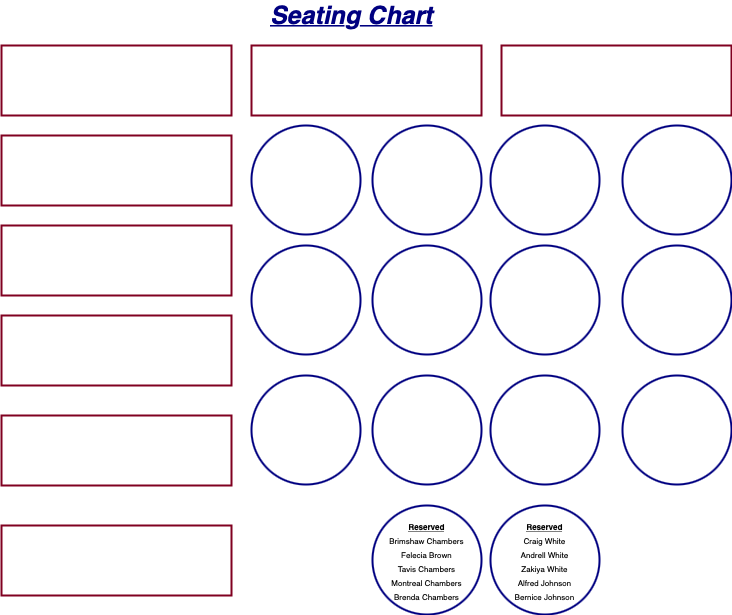
Earlier version of the draw.io export Seating Chart 2.drawio.png (Dmchambers491/Dmchambers491.github.io). Source tidied: cells renumbered, new cells last; positions are measured from the earlier drawing's top-left corner, leaving out a move shared by most shapes.
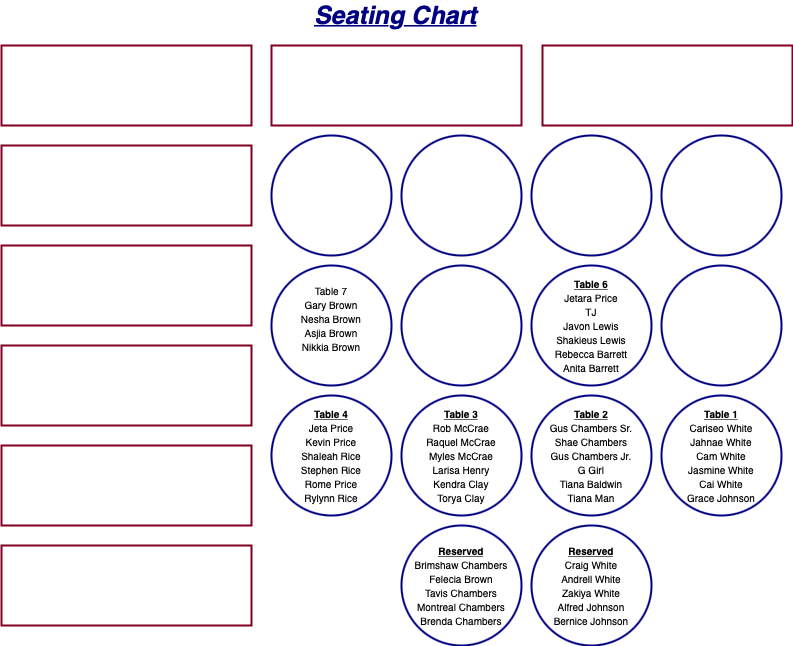
Later version of the same file.

Change to the diagram source:
```diff
@@ -3,73 +3,73 @@
     <mxCell id="0" />
     <mxCell id="1" parent="0" />
     <mxCell id="2" style="rounded=0;whiteSpace=wrap;html=1;strokeWidth=2;strokeColor=#800020;" parent="1" vertex="1">
-      <mxGeometry y="40" width="230" height="70" as="geometry" />
+      <mxGeometry x="-20" y="40" width="250" height="80" as="geometry" />
     </mxCell>
     <mxCell id="3" style="rounded=0;whiteSpace=wrap;html=1;strokeWidth=2;strokeColor=#800020;" parent="1" vertex="1">
-      <mxGeometry y="130" width="230" height="70" as="geometry" />
+      <mxGeometry x="-20" y="140" width="250" height="80" as="geometry" />
     </mxCell>
     <mxCell id="4" style="rounded=0;whiteSpace=wrap;html=1;strokeWidth=2;strokeColor=#800020;" parent="1" vertex="1">
-      <mxGeometry y="220" width="230" height="70" as="geometry" />
+      <mxGeometry x="-20" y="240" width="250" height="80" as="geometry" />
     </mxCell>
     <mxCell id="5" style="rounded=0;whiteSpace=wrap;html=1;strokeWidth=2;strokeColor=#800020;" parent="1" vertex="1">
-      <mxGeometry y="310" width="230" height="70" as="geometry" />
+      <mxGeometry x="-20" y="340" width="250" height="80" as="geometry" />
     </mxCell>
     <mxCell id="6" style="rounded=0;whiteSpace=wrap;html=1;strokeWidth=2;strokeColor=#800020;" parent="1" vertex="1">
-      <mxGeometry y="410" width="230" height="70" as="geometry" />
+      <mxGeometry x="-20" y="440" width="250" height="80" as="geometry" />
     </mxCell>
-    <mxCell id="7" style="rounded=0;whiteSpace=wrap;html=1;strokeWidth=2;strokeColor=#800020;" parent="1" vertex="1">
-      <mxGeometry y="520" width="230" height="70" as="geometry" />
+    <mxCell id="7" value="&lt;font&gt;&lt;font size=&quot;1&quot;&gt;&lt;br&gt;&lt;/font&gt;&lt;/font&gt;" style="rounded=0;whiteSpace=wrap;html=1;strokeWidth=2;strokeColor=#800020;" parent="1" vertex="1">
+      <mxGeometry x="-20" y="540" width="250" height="80" as="geometry" />
     </mxCell>
     <mxCell id="8" style="rounded=0;whiteSpace=wrap;html=1;strokeWidth=2;strokeColor=#800020;" parent="1" vertex="1">
-      <mxGeometry x="250" y="40" width="230" height="70" as="geometry" />
+      <mxGeometry x="250" y="40" width="250" height="80" as="geometry" />
     </mxCell>
     <mxCell id="9" style="rounded=0;whiteSpace=wrap;html=1;strokeWidth=2;strokeColor=#800020;" parent="1" vertex="1">
-      <mxGeometry x="500" y="40" width="230" height="70" as="geometry" />
+      <mxGeometry x="521" y="40" width="250" height="80" as="geometry" />
     </mxCell>
     <mxCell id="10" style="ellipse;whiteSpace=wrap;html=1;strokeWidth=2;strokeColor=#000080;" parent="1" vertex="1">
-      <mxGeometry x="250" y="120" width="109" height="109" as="geometry" />
+      <mxGeometry x="250" y="130" width="120" height="120" as="geometry" />
     </mxCell>
     <mxCell id="11" style="ellipse;whiteSpace=wrap;html=1;strokeWidth=2;strokeColor=#000080;" parent="1" vertex="1">
-      <mxGeometry x="371" y="120" width="109" height="109" as="geometry" />
+      <mxGeometry x="380" y="130" width="120" height="120" as="geometry" />
     </mxCell>
     <mxCell id="12" style="ellipse;whiteSpace=wrap;html=1;strokeWidth=2;strokeColor=#000080;" parent="1" vertex="1">
-      <mxGeometry x="489" y="120" width="109" height="109" as="geometry" />
+      <mxGeometry x="510" y="130" width="120" height="120" as="geometry" />
     </mxCell>
     <mxCell id="13" style="ellipse;whiteSpace=wrap;html=1;strokeWidth=2;strokeColor=#000080;" parent="1" vertex="1">
-      <mxGeometry x="621" y="120" width="109" height="109" as="geometry" />
+      <mxGeometry x="640" y="130" width="120" height="120" as="geometry" />
     </mxCell>
-    <mxCell id="14" style="ellipse;whiteSpace=wrap;html=1;strokeWidth=2;strokeColor=#000080;" parent="1" vertex="1">
-      <mxGeometry x="250" y="240" width="109" height="109" as="geometry" />
+    <mxCell id="14" value="&lt;font style=&quot;font-size: 10px&quot;&gt;Table 7&lt;br&gt;Gary Brown&lt;br&gt;Nesha Brown&lt;br&gt;Asjia Brown&lt;br&gt;Nikkia Brown&lt;br&gt;&lt;br&gt;&lt;/font&gt;" style="ellipse;whiteSpace=wrap;html=1;strokeWidth=2;strokeColor=#000080;" parent="1" vertex="1">
+      <mxGeometry x="250" y="260" width="120" height="120" as="geometry" />
     </mxCell>
     <mxCell id="15" style="ellipse;whiteSpace=wrap;html=1;strokeWidth=2;strokeColor=#000080;" parent="1" vertex="1">
-      <mxGeometry x="371" y="240" width="109" height="109" as="geometry" />
+      <mxGeometry x="380" y="260" width="120" height="120" as="geometry" />
     </mxCell>
-    <mxCell id="16" style="ellipse;whiteSpace=wrap;html=1;strokeWidth=2;strokeColor=#000080;" parent="1" vertex="1">
-      <mxGeometry x="489" y="240" width="109" height="109" as="geometry" />
+    <mxCell id="16" value="&lt;font style=&quot;font-size: 10px&quot;&gt;&lt;b&gt;&lt;u&gt;Table 6&lt;br&gt;&lt;/u&gt;&lt;/b&gt;Jetara Price&lt;br&gt;TJ&lt;br&gt;Javon Lewis&lt;br&gt;Shakieus Lewis&lt;br&gt;Rebecca Barrett&lt;br&gt;Anita Barrett&lt;br&gt;&lt;/font&gt;" style="ellipse;whiteSpace=wrap;html=1;strokeWidth=2;strokeColor=#000080;" parent="1" vertex="1">
+      <mxGeometry x="510" y="260" width="120" height="120" as="geometry" />
     </mxCell>
     <mxCell id="17" style="ellipse;whiteSpace=wrap;html=1;strokeWidth=2;strokeColor=#000080;" parent="1" vertex="1">
-      <mxGeometry x="621" y="240" width="109" height="109" as="geometry" />
+      <mxGeometry x="640" y="260" width="120" height="120" as="geometry" />
     </mxCell>
-    <mxCell id="18" style="ellipse;whiteSpace=wrap;html=1;strokeWidth=2;strokeColor=#000080;" parent="1" vertex="1">
-      <mxGeometry x="250" y="370" width="109" height="109" as="geometry" />
+    <mxCell id="18" value="&lt;font style=&quot;font-size: 10px&quot;&gt;&lt;b&gt;&lt;u&gt;Table 4&lt;br&gt;&lt;/u&gt;&lt;/b&gt;Jeta Price&lt;br&gt;Kevin Price&lt;br&gt;Shaleah Rice&lt;br&gt;Stephen Rice&lt;br&gt;Rome Price&lt;br&gt;Rylynn Rice&lt;br&gt;&lt;/font&gt;" style="ellipse;whiteSpace=wrap;html=1;strokeWidth=2;strokeColor=#000080;" parent="1" vertex="1">
+      <mxGeometry x="250" y="390" width="120" height="120" as="geometry" />
     </mxCell>
-    <mxCell id="19" style="ellipse;whiteSpace=wrap;html=1;strokeWidth=2;strokeColor=#000080;" parent="1" vertex="1">
-      <mxGeometry x="371" y="370" width="109" height="109" as="geometry" />
+    <mxCell id="19" value="&lt;font style=&quot;font-size: 10px&quot;&gt;&lt;b&gt;&lt;u&gt;Table 3&lt;br&gt;&lt;/u&gt;&lt;/b&gt;Rob McCrae&lt;br&gt;Raquel McCrae&lt;br&gt;Myles McCrae&lt;br&gt;Larisa Henry&lt;br&gt;Kendra Clay&lt;br&gt;Torya Clay&lt;br&gt;&lt;/font&gt;" style="ellipse;whiteSpace=wrap;html=1;strokeWidth=2;strokeColor=#000080;" parent="1" vertex="1">
+      <mxGeometry x="380" y="390" width="120" height="120" as="geometry" />
     </mxCell>
-    <mxCell id="20" style="ellipse;whiteSpace=wrap;html=1;strokeWidth=2;strokeColor=#000080;" parent="1" vertex="1">
-      <mxGeometry x="489" y="370" width="109" height="109" as="geometry" />
+    <mxCell id="20" value="&lt;font style=&quot;font-size: 10px&quot;&gt;&lt;b&gt;&lt;u&gt;Table 2&lt;br&gt;&lt;/u&gt;&lt;/b&gt;Gus Chambers Sr.&lt;br&gt;Shae Chambers&lt;br&gt;Gus Chambers Jr.&lt;br&gt;G Girl&lt;br&gt;Tiana Baldwin&lt;br&gt;Tiana Man&lt;br&gt;&lt;/font&gt;" style="ellipse;whiteSpace=wrap;html=1;strokeWidth=2;strokeColor=#000080;" parent="1" vertex="1">
+      <mxGeometry x="510" y="390" width="120" height="120" as="geometry" />
     </mxCell>
-    <mxCell id="21" style="ellipse;whiteSpace=wrap;html=1;strokeWidth=2;strokeColor=#000080;" parent="1" vertex="1">
-      <mxGeometry x="621" y="370" width="109" height="109" as="geometry" />
+    <mxCell id="21" value="&lt;font style=&quot;font-size: 10px&quot;&gt;&lt;b&gt;&lt;u&gt;Table 1&lt;br&gt;&lt;/u&gt;&lt;/b&gt;Cariseo White&lt;br&gt;Jahnae White&lt;br&gt;Cam White&lt;br&gt;Jasmine White&lt;br&gt;Cai White&lt;br&gt;Grace Johnson&lt;br&gt;&lt;/font&gt;" style="ellipse;whiteSpace=wrap;html=1;strokeWidth=2;strokeColor=#000080;" parent="1" vertex="1">
+      <mxGeometry x="640" y="390" width="120" height="120" as="geometry" />
     </mxCell>
-    <mxCell id="22" value="&lt;font style=&quot;font-size: 8px&quot;&gt;&lt;font style=&quot;font-size: 8px&quot;&gt;&lt;b&gt;&lt;u&gt;Reserved&lt;/u&gt;&lt;br&gt;&lt;/b&gt;Brimshaw Chambers&lt;/font&gt;&lt;br&gt;&lt;font style=&quot;font-size: 8px&quot;&gt;Felecia Brown&lt;br&gt;Tavis Chambers&lt;br&gt;Montreal Chambers&lt;br&gt;Brenda Chambers&lt;/font&gt;&lt;/font&gt;" style="ellipse;whiteSpace=wrap;html=1;strokeWidth=2;strokeColor=#000080;horizontal=1;verticalAlign=middle;" parent="1" vertex="1">
-      <mxGeometry x="371" y="500" width="109" height="109" as="geometry" />
+    <mxCell id="22" value="&lt;font style=&quot;font-size: 10px&quot;&gt;&lt;font style=&quot;font-size: 10px&quot;&gt;&lt;b&gt;&lt;u&gt;Reserved&lt;/u&gt;&lt;br&gt;&lt;/b&gt;Brimshaw Chambers&lt;/font&gt;&lt;br&gt;&lt;font style=&quot;font-size: 10px&quot;&gt;Felecia Brown&lt;br&gt;Tavis Chambers&lt;br&gt;Montreal Chambers&lt;br&gt;Brenda Chambers&lt;/font&gt;&lt;/font&gt;" style="ellipse;whiteSpace=wrap;html=1;strokeWidth=2;strokeColor=#000080;horizontal=1;verticalAlign=middle;" parent="1" vertex="1">
+      <mxGeometry x="380" y="520" width="120" height="120" as="geometry" />
     </mxCell>
-    <mxCell id="23" value="&lt;font style=&quot;font-size: 8px&quot;&gt;&lt;u&gt;&lt;b&gt;Reserved&lt;/b&gt;&lt;/u&gt;&lt;br&gt;Craig White&lt;br&gt;Andrell White&lt;br&gt;Zakiya White&lt;br&gt;Alfred Johnson&lt;br&gt;Bernice Johnson&lt;/font&gt;" style="ellipse;whiteSpace=wrap;html=1;strokeWidth=2;strokeColor=#000080;" parent="1" vertex="1">
-      <mxGeometry x="489" y="500" width="109" height="109" as="geometry" />
+    <mxCell id="23" value="&lt;font style=&quot;font-size: 10px&quot;&gt;&lt;u&gt;&lt;b&gt;Reserved&lt;/b&gt;&lt;/u&gt;&lt;br&gt;Craig White&lt;br&gt;Andrell White&lt;br&gt;Zakiya White&lt;br&gt;Alfred Johnson&lt;br&gt;Bernice Johnson&lt;/font&gt;" style="ellipse;whiteSpace=wrap;html=1;strokeWidth=2;strokeColor=#000080;" parent="1" vertex="1">
+      <mxGeometry x="510" y="520" width="120" height="120" as="geometry" />
     </mxCell>
     <mxCell id="24" value="&lt;u&gt;&lt;b&gt;&lt;i&gt;&lt;font color=&quot;#000080&quot; style=&quot;font-size: 25px&quot;&gt;Seating Chart&lt;/font&gt;&lt;/i&gt;&lt;/b&gt;&lt;/u&gt;" style="text;html=1;align=center;verticalAlign=middle;strokeColor=none;fillColor=none;" parent="1" vertex="1">
-      <mxGeometry x="260" width="180" height="20" as="geometry" />
+      <mxGeometry x="284" width="180" height="20" as="geometry" />
     </mxCell>
   </root>
 </mxGraphModel>
```
